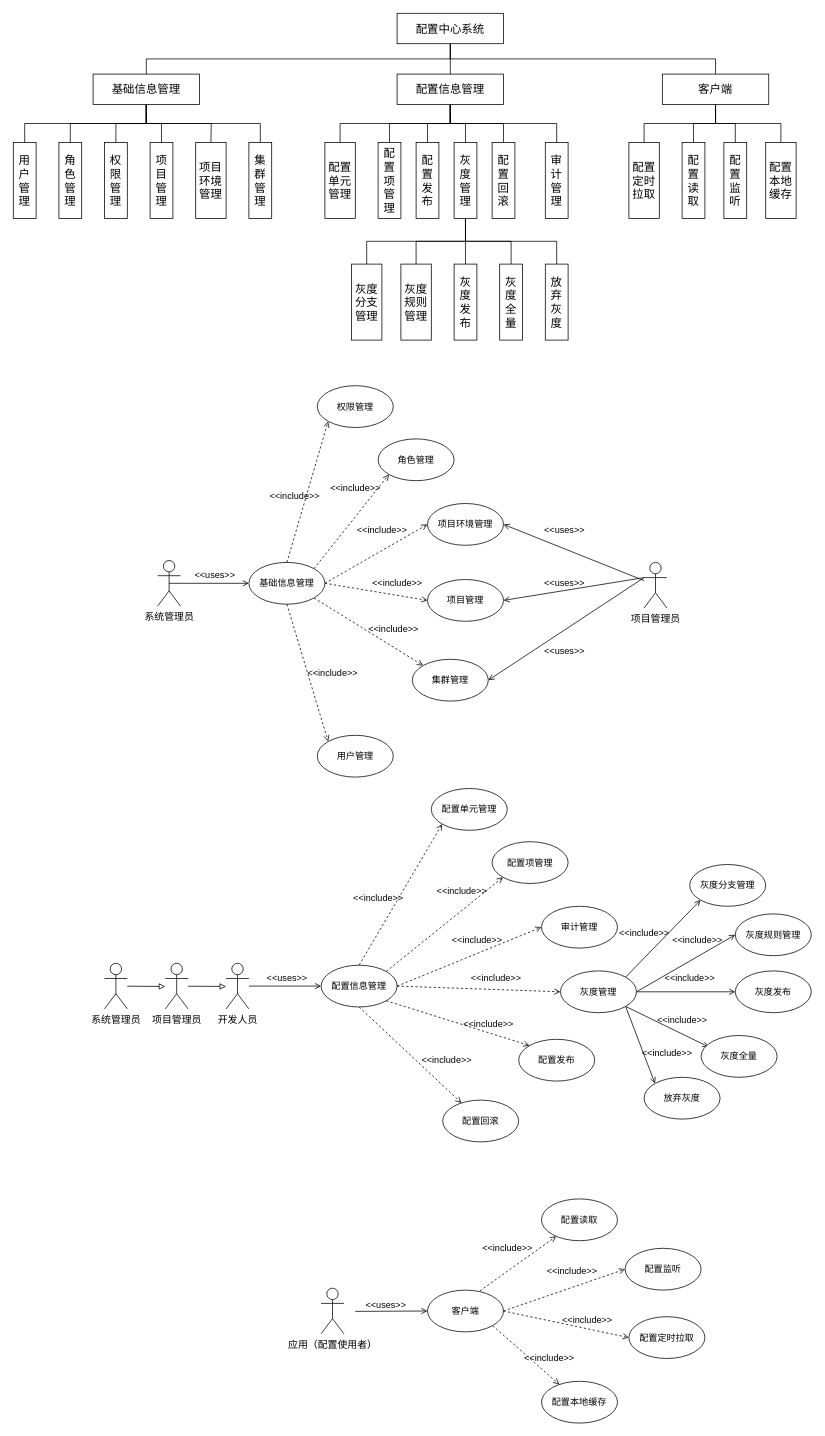
Before: page "用例图" (10 of 12) of Untitled Diagram.drawio in WWj5921/ConfigCenter, a draw.io diagram. Source tidied: cells renumbered, new cells numbered last; positions are measured from the earlier drawing's top-left corner, leaving out a move shared by most shapes. Both pictures are drawn from the tidied source at 76%, with x=0, y=0 at pixel (13, 13).
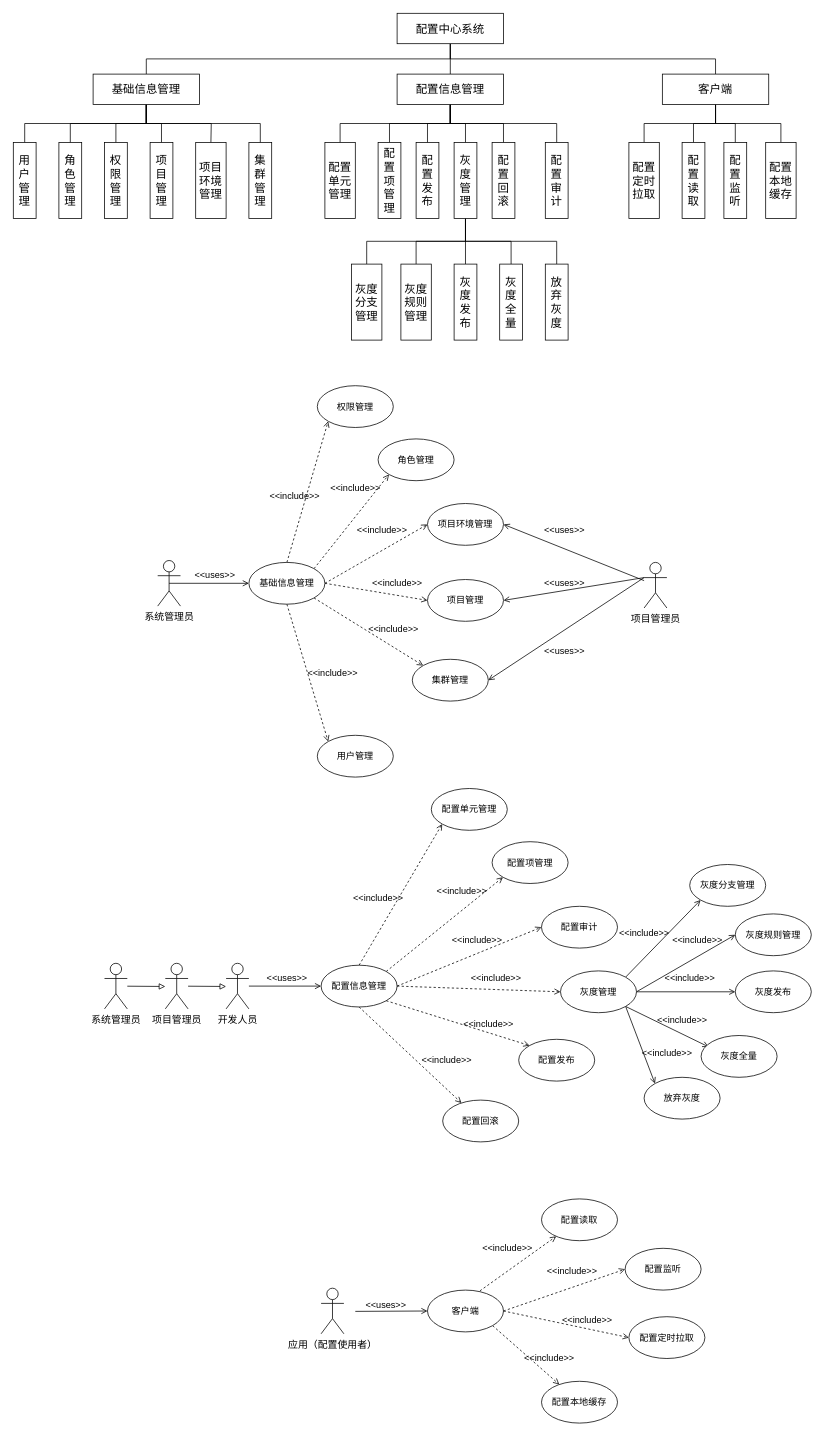
The same page after the edit.

Diff of the diagram source:
```diff
@@
-    <mxCell id="36" value="审计管理" style="rounded=0;whiteSpace=wrap;html=1;fontSize=15;fontColor=#000000;" parent="1" vertex="1">
+    <mxCell id="36" value="配置审计" style="rounded=0;whiteSpace=wrap;html=1;fontSize=15;fontColor=#000000;" parent="1" vertex="1">
       <mxGeometry x="700" y="170" width="30" height="100" as="geometry" />
     </mxCell>
@@
-    <mxCell id="98" value="审计管理" style="ellipse;whiteSpace=wrap;html=1;" parent="1" vertex="1">
+    <mxCell id="98" value="配置审计" style="ellipse;whiteSpace=wrap;html=1;" parent="1" vertex="1">
       <mxGeometry x="695" y="1175" width="100" height="55" as="geometry" />
     </mxCell>
```
